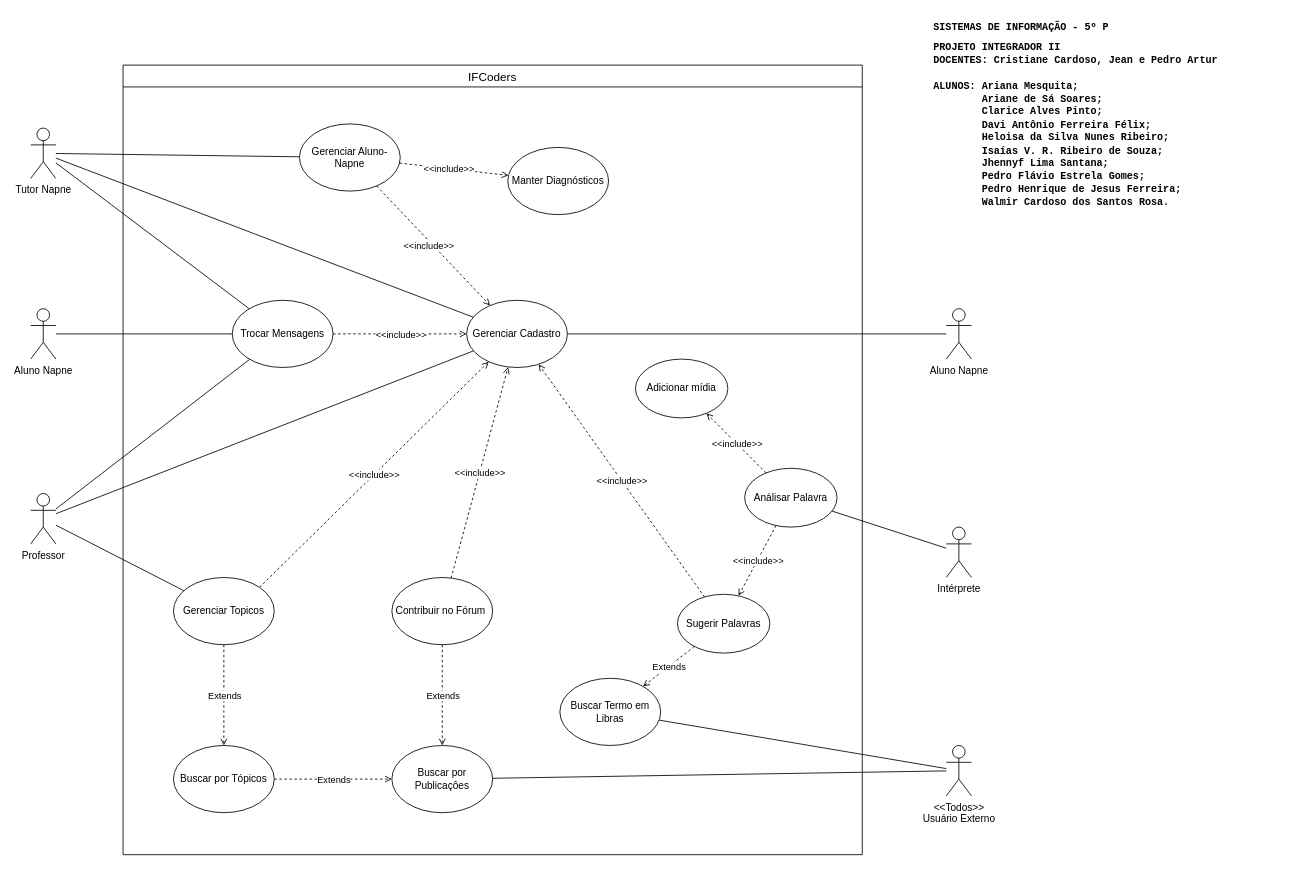
Before: Casos_Uso.drawio in arianamesquita/IFCoders, a draw.io diagram. Source tidied: cells renumbered, new cells numbered last; positions are measured from the earlier drawing's top-left corner, leaving out a move shared by most shapes. Both pictures are drawn from the tidied source at 84%, with x=0, y=0 at pixel (30, 23).
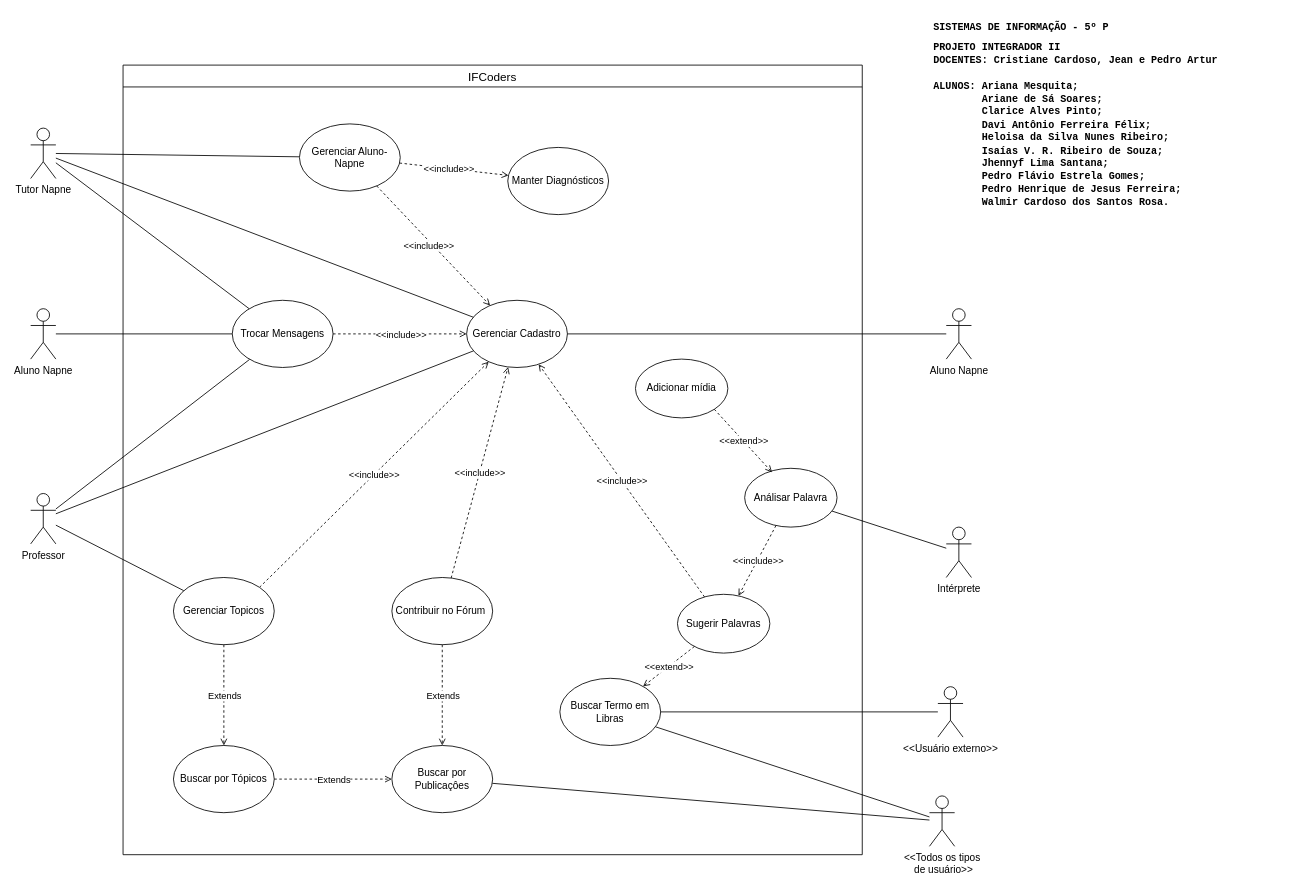
The same diagram, later.

Commit message:
atualizando casos de uso do modulo de libras

The change refers to these unchanged cells:
```xml
<mxCell id="30" value="Adicionar mídia" style="ellipse;whiteSpace=wrap;html=1;" parent="1" vertex="1">
  <mxGeometry x="720" y="400" width="110" height="70" as="geometry" />
</mxCell>
<mxCell id="31" value="Análisar Palavra" style="ellipse;whiteSpace=wrap;html=1;" parent="1" vertex="1">
  <mxGeometry x="850" y="530" width="110" height="70" as="geometry" />
</mxCell>
<mxCell id="45" value="Buscar Termo em Libras" style="ellipse;whiteSpace=wrap;html=1;" parent="1" vertex="1">
  <mxGeometry x="630" y="780" width="120" height="80" as="geometry" />
</mxCell>
<mxCell id="46" style="endArrow=open;html=1;rounded=0;dashed=1;endFill=0;entryDx=0;entryDy=0;entryPerimeter=0;exitDx=0;exitDy=0;exitPerimeter=0;" parent="1" edge="1" source="34" target="45">
  <mxGeometry relative="1" as="geometry" />
</mxCell>
```

The edit, as a diff of the source:
```diff
@@
-    <mxCell id="11" value="&amp;lt;&amp;lt;Todos&amp;gt;&amp;gt;&lt;div&gt;Usuário Externo&lt;/div&gt;" style="shape=umlActor;verticalLabelPosition=bottom;verticalAlign=top;html=1;outlineConnect=0;" parent="1" vertex="1">
-      <mxGeometry x="1090" y="860" width="30" height="60" as="geometry" />
+    <mxCell id="11" value="&amp;lt;&amp;lt;Todos os tipos&lt;div&gt;&amp;nbsp;de usuário&amp;gt;&amp;gt;&lt;/div&gt;" style="shape=umlActor;verticalLabelPosition=bottom;verticalAlign=top;html=1;outlineConnect=0;" parent="1" vertex="1">
+      <mxGeometry x="1070" y="920" width="30" height="60" as="geometry" />
     </mxCell>
@@
-    <mxCell id="32" style="endArrow=open;html=1;rounded=0;dashed=1;endFill=0;" parent="1" edge="1" source="31" target="30">
-      <mxGeometry relative="1" as="geometry" />
-    </mxCell>
-    <mxCell id="33" value="&amp;lt;&amp;lt;include&amp;gt;&amp;gt;" style="edgeLabel;html=1;align=center;verticalAlign=middle;" parent="32" vertex="1">
-      <mxGeometry relative="1" as="geometry" />
-    </mxCell>
@@
-    <mxCell id="47" value="Extends" style="edgeLabel;html=1;align=center;verticalAlign=middle;" parent="46" vertex="1">
+    <mxCell id="47" value="&amp;lt;&amp;lt;extend&amp;gt;&amp;gt;" style="edgeLabel;html=1;align=center;verticalAlign=middle;" parent="46" vertex="1">
       <mxGeometry relative="1" as="geometry" />
     </mxCell>
@@
+    <mxCell id="56" style="endArrow=open;html=1;rounded=0;dashed=1;endFill=0;exitX=1;exitY=1;exitDx=0;exitDy=0;entryX=0.296;entryY=0.068;entryDx=0;entryDy=0;entryPerimeter=0;" parent="1" edge="1" source="30" target="31">
+      <mxGeometry relative="1" as="geometry" />
+    </mxCell>
+    <mxCell id="57" value="&amp;lt;&amp;lt;extend&amp;gt;&amp;gt;" style="edgeLabel;html=1;align=center;verticalAlign=middle;" parent="56" vertex="1">
+      <mxGeometry relative="1" as="geometry" />
+    </mxCell>
+    <mxCell id="58" style="edgeStyle=orthogonalEdgeStyle;rounded=0;jettySize=auto;html=1;entryX=1;entryY=0.5;entryDx=0;entryDy=0;endArrow=none;endFill=0;" parent="1" edge="1" source="59" target="45">
+      <mxGeometry relative="1" as="geometry" />
+    </mxCell>
+    <mxCell id="59" value="&amp;lt;&amp;lt;Usuário externo&lt;span style=&quot;background-color: initial;&quot;&gt;&amp;gt;&amp;gt;&lt;/span&gt;" style="shape=umlActor;verticalLabelPosition=bottom;verticalAlign=top;html=1;outlineConnect=0;" parent="1" vertex="1">
+      <mxGeometry x="1080" y="790" width="30" height="60" as="geometry" />
+    </mxCell>
```
